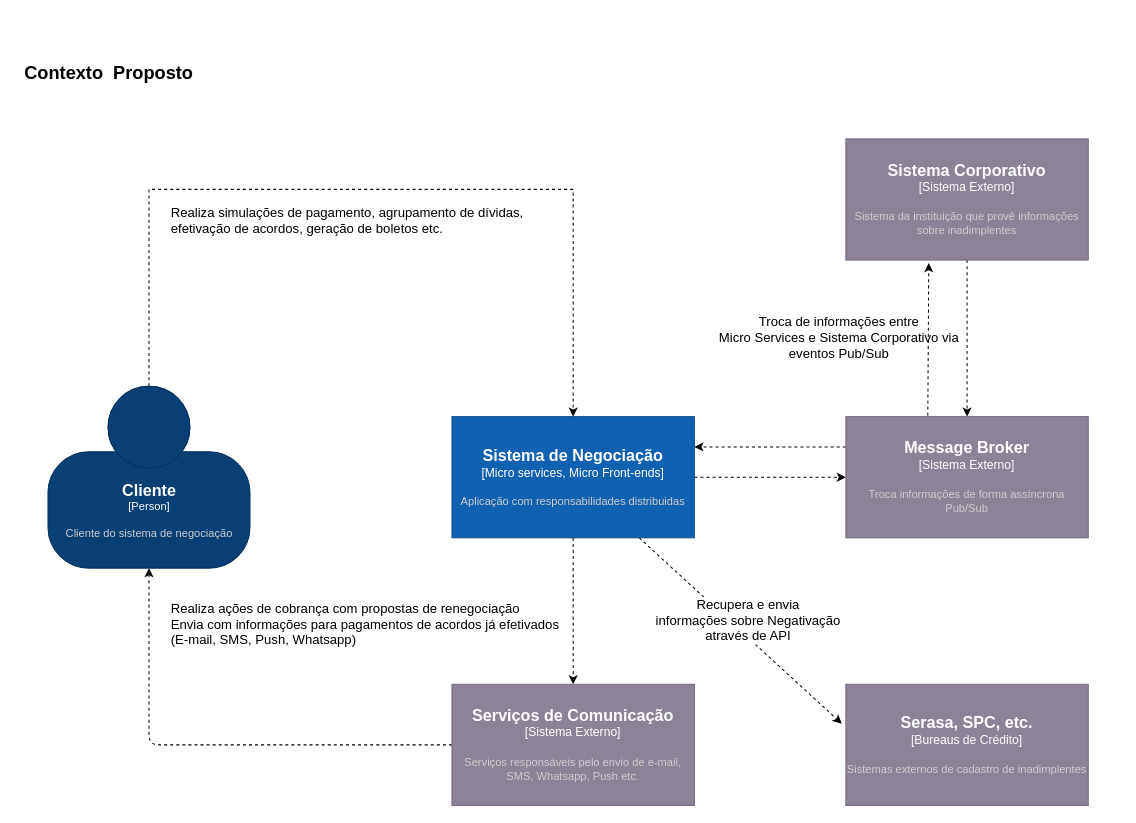
Above: page "Proposed Context" (2 of 3) of docs/c4-model.drawio in patrickcoutinho/debts-negotiation-case (draw.io), before the change. Source tidied: cells renumbered, new cells numbered last; positions are measured from the earlier drawing's top-left corner, leaving out a move shared by most shapes. Both pictures are drawn from the tidied source at 101%, with x=0, y=0 at pixel (17, 47).
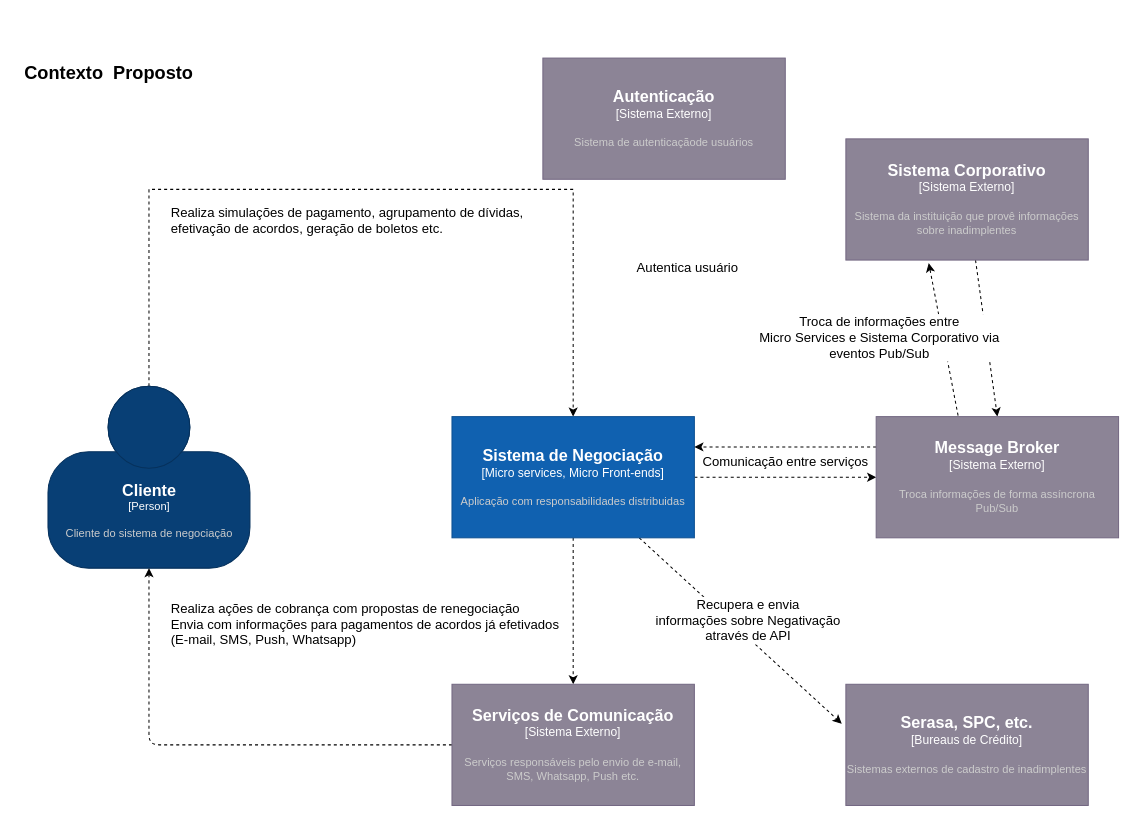
The same diagram, later.

Commit message:
docs: added proposed container

Unchanged cells that the change refers to:
```xml
<object id="7" label="&lt;font style=&quot;font-size: 16px&quot;&gt;&lt;b&gt;%c4Name%&lt;/b&gt;&lt;/font&gt;&lt;div&gt;[%c4Type%]&lt;/div&gt;&lt;br&gt;&lt;div&gt;&lt;font style=&quot;font-size: 11px&quot;&gt;&lt;font color=&quot;#cccccc&quot;&gt;%c4Description%&lt;/font&gt;&lt;/div&gt;" c4Description="Aplicação com responsabilidades distribuidas" c4Name="Sistema de Negociação" c4Type="Micro services, Micro Front-ends" placeholders="1">
  <mxCell style="rounded=0;whiteSpace=wrap;html=1;labelBackgroundColor=none;fillColor=#1061B0;fontColor=#ffffff;align=center;arcSize=10;strokeColor=#0D5091;points=[[0.25,0,0],[0.5,0,0],[0.75,0,0],[1,0.25,0],[1,0.5,0],[1,0.75,0],[0.75,1,0],[0.5,1,0],[0.25,1,0],[0,0.75,0],[0,0.5,0],[0,0.25,0]];" parent="1" vertex="1">
    <mxGeometry x="430" y="365" width="240" height="120" as="geometry" />
  </mxCell>
</object>
```

What changed in the source:
```diff
@@
+    <mxCell id="21" style="edgeStyle=none;html=1;entryX=0.446;entryY=1.017;entryDx=0;entryDy=0;entryPerimeter=0;dashed=1;fontSize=13;strokeColor=#FFFFFF;" parent="1" edge="1" source="7" target="22">
+      <mxGeometry relative="1" as="geometry" />
+    </mxCell>
@@
-    <mxCell id="12" value="Troca de informações entre&lt;br&gt;Micro Services e Sistema Corporativo via&lt;br&gt;eventos Pub/Sub" style="edgeLabel;html=1;align=center;verticalAlign=middle;fontSize=13;rounded=0;" parent="1" vertex="1">
-      <mxGeometry x="820" y="40" as="geometry">
-        <mxPoint x="-8" y="246" as="offset" />
-      </mxGeometry>
-    </mxCell>
@@
     <object id="16" label="&lt;font style=&quot;font-size: 16px&quot;&gt;&lt;b&gt;%c4Name%&lt;/b&gt;&lt;/font&gt;&lt;div&gt;[%c4Type%]&lt;/div&gt;&lt;br&gt;&lt;div&gt;&lt;font style=&quot;font-size: 11px&quot;&gt;&lt;font color=&quot;#cccccc&quot;&gt;%c4Description%&lt;/font&gt;&lt;/div&gt;" c4Description="Troca informações de forma assíncrona Pub/Sub" c4Name="Message Broker" c4Type="Sistema Externo" placeholders="1">
       <mxCell style="rounded=0;whiteSpace=wrap;html=1;labelBackgroundColor=none;fillColor=#8C8496;fontColor=#ffffff;align=center;arcSize=10;strokeColor=#736782;points=[[0.25,0,0],[0.5,0,0],[0.75,0,0],[1,0.25,0],[1,0.5,0],[1,0.75,0],[0.75,1,0],[0.5,1,0],[0.25,1,0],[0,0.75,0],[0,0.5,0],[0,0.25,0]];" parent="1" vertex="1">
-        <mxGeometry x="820" y="365" width="240" height="120" as="geometry" />
+        <mxGeometry x="850" y="365" width="240" height="120" as="geometry" />
       </mxCell>
     </object>
@@
+    <object id="22" label="&lt;font style=&quot;font-size: 16px&quot;&gt;&lt;b&gt;%c4Name%&lt;/b&gt;&lt;/font&gt;&lt;div&gt;[%c4Type%]&lt;/div&gt;&lt;br&gt;&lt;div&gt;&lt;font style=&quot;font-size: 11px&quot;&gt;&lt;font color=&quot;#cccccc&quot;&gt;%c4Description%&lt;/font&gt;&lt;/div&gt;" c4Description="Sistema de autenticaçãode usuários" c4Name="Autenticação" c4Type="Sistema Externo" placeholders="1">
+      <mxCell style="rounded=0;whiteSpace=wrap;html=1;labelBackgroundColor=none;fillColor=#8C8496;fontColor=#ffffff;align=center;arcSize=10;strokeColor=#736782;points=[[0.25,0,0],[0.5,0,0],[0.75,0,0],[1,0.25,0],[1,0.5,0],[1,0.75,0],[0.75,1,0],[0.5,1,0],[0.25,1,0],[0,0.75,0],[0,0.5,0],[0,0.25,0]];" parent="1" vertex="1">
+        <mxGeometry x="520" y="10" width="240" height="120" as="geometry" />
+      </mxCell>
+    </object>
+    <mxCell id="12" value="Troca de informações entre&lt;br&gt;Micro Services e Sistema Corporativo via&lt;br&gt;eventos Pub/Sub" style="edgeLabel;html=1;align=center;verticalAlign=middle;fontSize=13;rounded=0;" parent="1" vertex="1">
+      <mxGeometry x="860" y="40" as="geometry">
+        <mxPoint x="-8" y="246" as="offset" />
+      </mxGeometry>
+    </mxCell>
+    <mxCell id="23" value="Autentica usuário" style="edgeLabel;html=1;align=center;verticalAlign=middle;fontSize=13;rounded=0;" parent="1" vertex="1">
+      <mxGeometry x="670" y="-30" as="geometry">
+        <mxPoint x="-8" y="246" as="offset" />
+      </mxGeometry>
+    </mxCell>
+    <mxCell id="24" value="Comunicação entre serviços" style="edgeLabel;html=1;align=center;verticalAlign=middle;fontSize=13;rounded=0;" parent="1" vertex="1">
+      <mxGeometry x="767" y="162" as="geometry">
+        <mxPoint x="-8" y="246" as="offset" />
+      </mxGeometry>
+    </mxCell>
```
